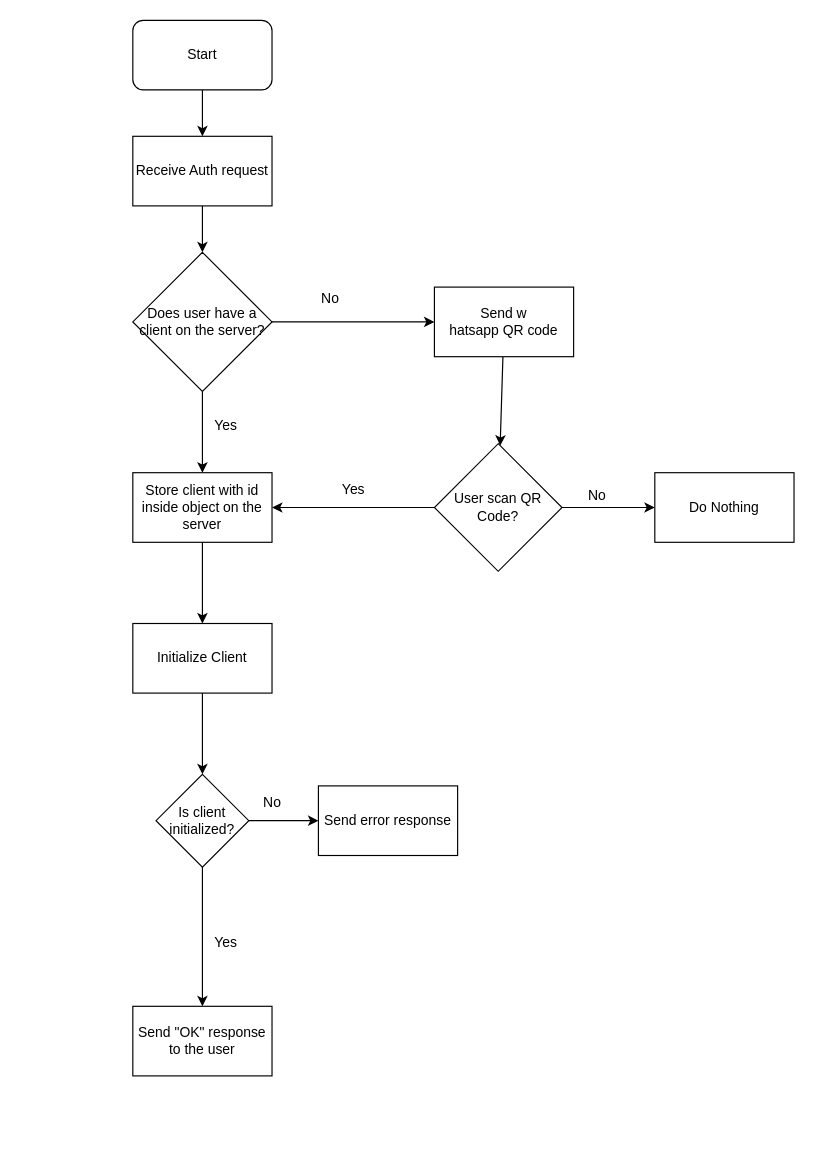
This is auth_request.dio from DreadedHippy/whatScheduler_server, a draw.io file, before an edit. Source tidied: cells renumbered, new cells numbered last; positions are measured from the earlier drawing's top-left corner, leaving out a move shared by most shapes. Both pictures are drawn from the tidied source at 116%, with x=0, y=0 at pixel (132, 20).
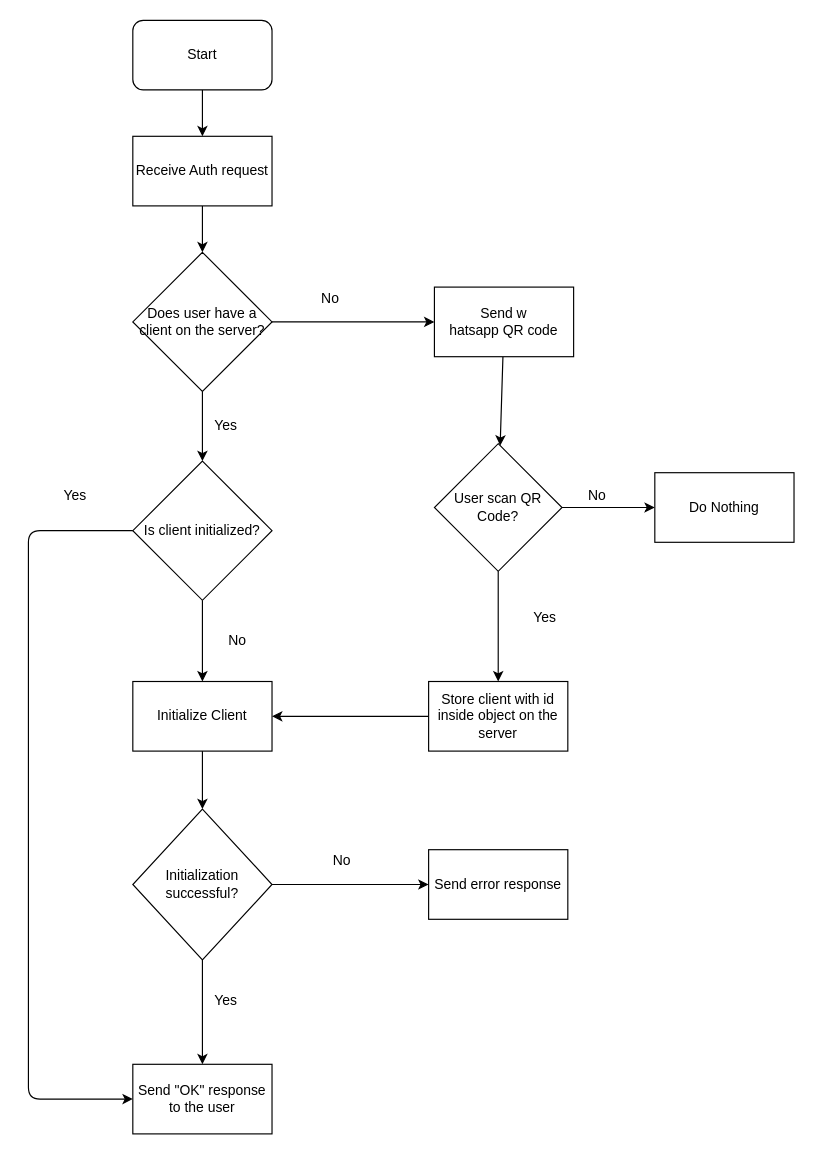
The same page after the edit.

Commit message (it also covers changes not shown here):
+added: schedules update and schedules retrieval +changed: MongoDB connection message to "Connected to MongoDB" +added: Schedule update flow chart

Unchanged cells that the change refers to:
```xml
<mxCell id="8" value="Does user have a client on the server?" style="rhombus;whiteSpace=wrap;html=1;" parent="1" vertex="1">
  <mxGeometry y="200" width="120" height="120" as="geometry" />
</mxCell>
<mxCell id="23" value="User scan QR Code?" style="rhombus;whiteSpace=wrap;html=1;" parent="1" vertex="1">
  <mxGeometry x="260" y="365" width="110" height="110" as="geometry" />
</mxCell>
```

Diff of the diagram source:
```diff
@@
-    <mxCell id="7" style="edgeStyle=none;html=1;" parent="1" edge="1" source="8" target="29">
+    <mxCell id="7" style="edgeStyle=none;html=1;entryX=0.5;entryY=0;entryDx=0;entryDy=0;" parent="1" edge="1" source="8" target="33">
       <mxGeometry relative="1" as="geometry" />
     </mxCell>
@@
     <mxCell id="10" value="Initialize Client" style="rounded=0;whiteSpace=wrap;html=1;" parent="1" vertex="1">
-      <mxGeometry y="520" width="120" height="60" as="geometry" />
+      <mxGeometry y="570" width="120" height="60" as="geometry" />
     </mxCell>
@@
     <mxCell id="14" value="Send &quot;OK&quot; response to the user" style="whiteSpace=wrap;html=1;rounded=0;" parent="1" vertex="1">
-      <mxGeometry y="850" width="120" height="60" as="geometry" />
+      <mxGeometry y="900" width="120" height="60" as="geometry" />
     </mxCell>
-    <mxCell id="15" style="edgeStyle=none;html=1;" parent="1" edge="1" source="17" target="14">
-      <mxGeometry relative="1" as="geometry" />
+    <mxCell id="15" style="edgeStyle=none;html=1;" parent="1" edge="1" source="17">
+      <mxGeometry relative="1" as="geometry">
+        <mxPoint x="60" y="900" as="targetPoint" />
+      </mxGeometry>
     </mxCell>
-    <mxCell id="16" style="edgeStyle=none;html=1;" parent="1" edge="1" source="17" target="19">
+    <mxCell id="16" style="edgeStyle=none;html=1;entryX=0;entryY=0.5;entryDx=0;entryDy=0;exitX=1;exitY=0.5;exitDx=0;exitDy=0;" parent="1" edge="1" source="17" target="19">
       <mxGeometry relative="1" as="geometry" />
     </mxCell>
-    <mxCell id="17" value="Is client initialized?" style="rhombus;whiteSpace=wrap;html=1;rounded=0;" parent="1" vertex="1">
-      <mxGeometry x="20" y="650" width="80" height="80" as="geometry" />
+    <mxCell id="17" value="Initialization successful?" style="rhombus;whiteSpace=wrap;html=1;rounded=0;" parent="1" vertex="1">
+      <mxGeometry y="680" width="120" height="130" as="geometry" />
     </mxCell>
     <mxCell id="18" value="Yes" style="text;html=1;align=center;verticalAlign=middle;strokeColor=none;fillColor=none;" parent="1" vertex="1">
-      <mxGeometry x="60" y="780" width="40" height="30" as="geometry" />
+      <mxGeometry x="60" y="830" width="40" height="30" as="geometry" />
     </mxCell>
     <mxCell id="19" value="Send error response" style="whiteSpace=wrap;html=1;rounded=0;" parent="1" vertex="1">
-      <mxGeometry x="160" y="660" width="120" height="60" as="geometry" />
+      <mxGeometry x="255" y="715" width="120" height="60" as="geometry" />
     </mxCell>
     <mxCell id="20" value="No" style="text;html=1;align=center;verticalAlign=middle;strokeColor=none;fillColor=none;" parent="1" vertex="1">
-      <mxGeometry x="100" y="660" width="40" height="30" as="geometry" />
+      <mxGeometry x="160" y="710" width="40" height="30" as="geometry" />
     </mxCell>
@@
-    <mxCell id="22" style="edgeStyle=none;html=1;entryX=1;entryY=0.5;entryDx=0;entryDy=0;" parent="1" edge="1" source="23" target="29">
+    <mxCell id="22" style="edgeStyle=none;html=1;entryX=0.5;entryY=0;entryDx=0;entryDy=0;" parent="1" edge="1" source="23" target="29">
       <mxGeometry relative="1" as="geometry" />
     </mxCell>
@@
     <mxCell id="25" value="Yes" style="text;html=1;align=center;verticalAlign=middle;strokeColor=none;fillColor=none;" parent="1" vertex="1">
-      <mxGeometry x="170" y="390" width="40" height="30" as="geometry" />
+      <mxGeometry x="335" y="500" width="40" height="30" as="geometry" />
     </mxCell>
@@
-    <mxCell id="28" style="edgeStyle=none;html=1;" parent="1" edge="1" source="29" target="10">
-      <mxGeometry relative="1" as="geometry" />
+    <mxCell id="28" style="edgeStyle=none;html=1;" parent="1" edge="1" target="10">
+      <mxGeometry relative="1" as="geometry">
+        <mxPoint x="60" y="500" as="sourcePoint" />
+      </mxGeometry>
     </mxCell>
+    <mxCell id="30" style="edgeStyle=none;html=1;entryX=1;entryY=0.5;entryDx=0;entryDy=0;" parent="1" edge="1" source="29" target="10">
+      <mxGeometry relative="1" as="geometry" />
+    </mxCell>
     <mxCell id="29" value="Store client with id inside object on the server" style="whiteSpace=wrap;html=1;" parent="1" vertex="1">
-      <mxGeometry y="390" width="120" height="60" as="geometry" />
+      <mxGeometry x="255" y="570" width="120" height="60" as="geometry" />
     </mxCell>
+    <mxCell id="31" value="No" style="text;html=1;align=center;verticalAlign=middle;strokeColor=none;fillColor=none;" parent="1" vertex="1">
+      <mxGeometry x="70" y="520" width="40" height="30" as="geometry" />
+    </mxCell>
+    <mxCell id="32" style="edgeStyle=none;html=1;entryX=0;entryY=0.5;entryDx=0;entryDy=0;" parent="1" edge="1" source="33" target="14">
+      <mxGeometry relative="1" as="geometry">
+        <Array as="points">
+          <mxPoint x="-90" y="440" />
+          <mxPoint x="-90" y="930" />
+        </Array>
+      </mxGeometry>
+    </mxCell>
+    <mxCell id="33" value="Is client initialized?" style="rhombus;whiteSpace=wrap;html=1;" parent="1" vertex="1">
+      <mxGeometry y="380" width="120" height="120" as="geometry" />
+    </mxCell>
+    <mxCell id="34" value="Yes" style="text;html=1;align=center;verticalAlign=middle;strokeColor=none;fillColor=none;" parent="1" vertex="1">
+      <mxGeometry x="-70" y="395" width="40" height="30" as="geometry" />
+    </mxCell>
```
